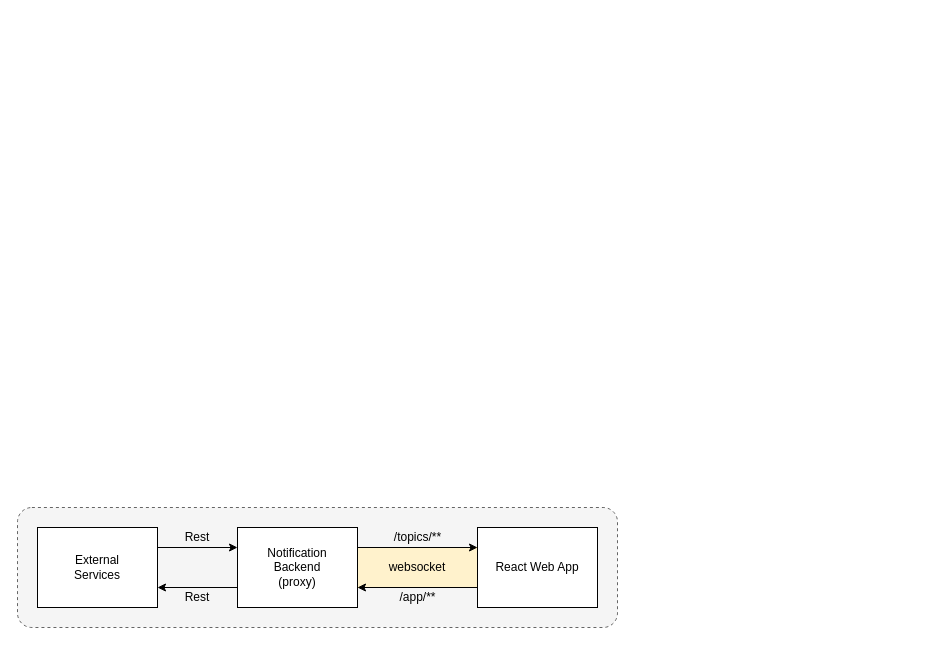
Before: doc/websockets.drawio in awarenessxz/notification-websockets, a draw.io diagram. Source tidied: cells renumbered, new cells numbered last; positions are measured from the earlier drawing's top-left corner, leaving out a move shared by most shapes. Both pictures are drawn from the tidied source at 100%, with x=0, y=0 at pixel (17, 507). Pictures stored in the file or linked from it are replaced by grey dashed boxes.
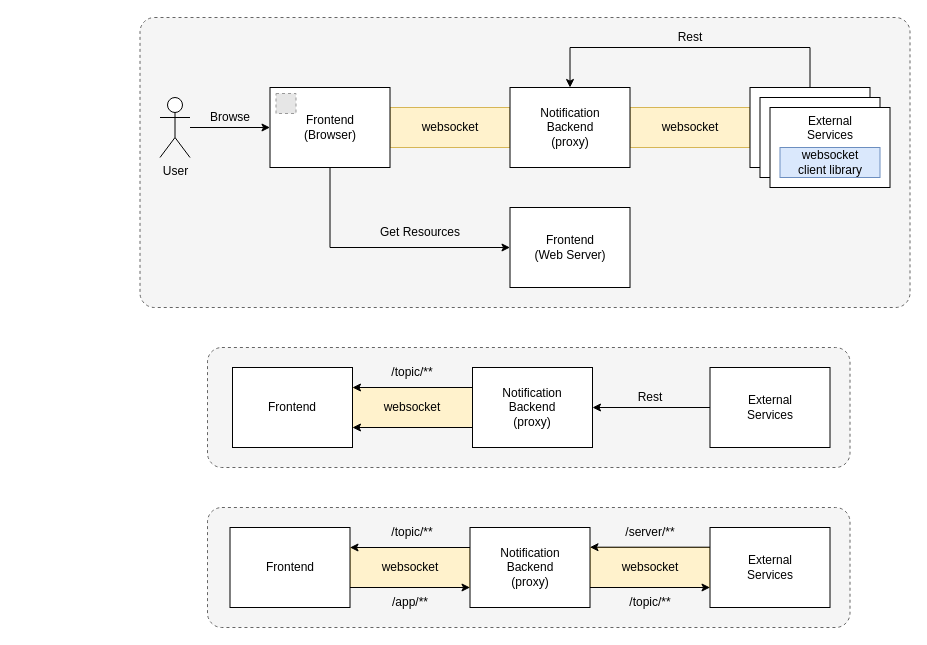
The same diagram, later.

Diff of the diagram source:
```diff
@@
-    <mxCell id="2" style="rounded=1;whiteSpace=wrap;html=1;fillColor=#f5f5f5;fontColor=#333333;strokeColor=#666666;dashed=1;arcSize=12;" parent="1" vertex="1">
-      <mxGeometry width="600" height="120" as="geometry" />
-    </mxCell>
-    <mxCell id="3" value="websocket" style="rounded=0;whiteSpace=wrap;html=1;fillColor=#fff2cc;strokeColor=#d6b656;" parent="1" vertex="1">
-      <mxGeometry x="340" y="40" width="120" height="40" as="geometry" />
-    </mxCell>
-    <mxCell id="4" value="Notification&lt;br&gt;&lt;div&gt;Backend&lt;/div&gt;&lt;div&gt;(proxy)&lt;br&gt;&lt;/div&gt;" style="rounded=0;whiteSpace=wrap;html=1;" parent="1" vertex="1">
-      <mxGeometry x="220" y="20" width="120" height="80" as="geometry" />
-    </mxCell>
-    <mxCell id="5" style="endArrow=classic;html=1;rounded=0;entryX=0;entryY=0.25;entryDx=0;entryDy=0;exitX=1;exitY=0.25;exitDx=0;exitDy=0;" parent="1" edge="1" source="14" target="4">
-      <mxGeometry relative="1" as="geometry" />
-    </mxCell>
-    <mxCell id="6" value="Rest" style="text;html=1;strokeColor=none;fillColor=none;align=center;verticalAlign=middle;whiteSpace=wrap;rounded=0;" parent="1" vertex="1">
-      <mxGeometry x="150" y="20" width="60" height="20" as="geometry" />
-    </mxCell>
-    <mxCell id="7" value="React Web App" style="rounded=0;whiteSpace=wrap;html=1;" parent="1" vertex="1">
-      <mxGeometry x="460" y="20" width="120" height="80" as="geometry" />
-    </mxCell>
-    <mxCell id="8" value="/topics/**" style="text;html=1;strokeColor=none;fillColor=none;align=center;verticalAlign=middle;whiteSpace=wrap;rounded=0;" parent="1" vertex="1">
-      <mxGeometry x="362.5" y="20" width="75" height="20" as="geometry" />
-    </mxCell>
-    <mxCell id="9" style="endArrow=classic;html=1;rounded=0;entryX=0;entryY=0.25;entryDx=0;entryDy=0;exitX=1;exitY=0.25;exitDx=0;exitDy=0;" parent="1" edge="1" source="4" target="7">
-      <mxGeometry relative="1" as="geometry" />
-    </mxCell>
-    <mxCell id="10" style="endArrow=classic;html=1;rounded=0;entryX=1;entryY=0.75;entryDx=0;entryDy=0;exitX=0;exitY=0.75;exitDx=0;exitDy=0;" parent="1" edge="1" source="7" target="4">
-      <mxGeometry relative="1" as="geometry" />
-    </mxCell>
+    <mxCell id="15" style="rounded=1;whiteSpace=wrap;html=1;fillColor=#f5f5f5;fontColor=#333333;strokeColor=#666666;dashed=1;arcSize=12;" parent="1" vertex="1">
+      <mxGeometry x="190" width="642.5" height="120" as="geometry" />
+    </mxCell>
+    <mxCell id="16" value="websocket" style="rounded=0;whiteSpace=wrap;html=1;fillColor=#fff2cc;strokeColor=#d6b656;" parent="1" vertex="1">
+      <mxGeometry x="572.5" y="40" width="120" height="40" as="geometry" />
+    </mxCell>
+    <mxCell id="17" style="rounded=1;whiteSpace=wrap;html=1;fillColor=#f5f5f5;fontColor=#333333;strokeColor=#666666;dashed=1;arcSize=12;" parent="1" vertex="1">
+      <mxGeometry x="190" y="-160" width="642.5" height="120" as="geometry" />
+    </mxCell>
+    <mxCell id="18" value="websocket" style="rounded=0;whiteSpace=wrap;html=1;fillColor=#fff2cc;strokeColor=#d6b656;" parent="1" vertex="1">
+      <mxGeometry x="335" y="-120" width="120" height="40" as="geometry" />
+    </mxCell>
+    <mxCell id="19" style="rounded=1;whiteSpace=wrap;html=1;fillColor=#f5f5f5;fontColor=#333333;strokeColor=#666666;dashed=1;arcSize=5;" parent="1" vertex="1">
+      <mxGeometry x="122.5" y="-490" width="770" height="290" as="geometry" />
+    </mxCell>
+    <mxCell id="20" value="websocket" style="rounded=0;whiteSpace=wrap;html=1;fillColor=#fff2cc;strokeColor=#d6b656;" parent="1" vertex="1">
+      <mxGeometry x="612.5" y="-400" width="120" height="40" as="geometry" />
+    </mxCell>
+    <mxCell id="21" value="websocket" style="rounded=0;whiteSpace=wrap;html=1;fillColor=#fff2cc;strokeColor=#d6b656;" parent="1" vertex="1">
+      <mxGeometry x="372.5" y="-400" width="120" height="40" as="geometry" />
+    </mxCell>
+    <mxCell id="22" value="&lt;div&gt;Frontend&lt;br&gt;&lt;/div&gt;&lt;div&gt;(Browser)&lt;br&gt;&lt;/div&gt;" style="rounded=0;whiteSpace=wrap;html=1;" parent="1" vertex="1">
+      <mxGeometry x="252.5" y="-420" width="120" height="80" as="geometry" />
+    </mxCell>
+    <mxCell id="23" value="User" style="shape=umlActor;verticalLabelPosition=bottom;verticalAlign=top;html=1;outlineConnect=0;" parent="1" vertex="1">
+      <mxGeometry x="142.5" y="-410" width="30" height="60" as="geometry" />
+    </mxCell>
+    <mxCell id="24" style="endArrow=classic;html=1;rounded=0;entryX=0;entryY=0.5;entryDx=0;entryDy=0;" parent="1" edge="1" source="23" target="22">
+      <mxGeometry relative="1" as="geometry" />
+    </mxCell>
+    <mxCell id="25" value="Browse" style="text;html=1;strokeColor=none;fillColor=none;align=center;verticalAlign=middle;whiteSpace=wrap;rounded=0;" parent="1" vertex="1">
+      <mxGeometry x="182.5" y="-400" width="60" height="20" as="geometry" />
+    </mxCell>
+    <mxCell id="26" value="Notification&lt;br&gt;&lt;div&gt;Backend&lt;/div&gt;&lt;div&gt;(proxy)&lt;br&gt;&lt;/div&gt;" style="rounded=0;whiteSpace=wrap;html=1;" parent="1" vertex="1">
+      <mxGeometry x="492.5" y="-420" width="120" height="80" as="geometry" />
+    </mxCell>
+    <mxCell id="27" value="&lt;div&gt;Frontend&lt;/div&gt;(Web Server)" style="rounded=0;whiteSpace=wrap;html=1;" parent="1" vertex="1">
+      <mxGeometry x="492.5" y="-300" width="120" height="80" as="geometry" />
+    </mxCell>
+    <mxCell id="28" style="fillColor=#E6E6E6;strokeColor=#999999;dashed=1;verticalLabelPosition=bottom;labelBackgroundColor=default;verticalAlign=top;" parent="1" vertex="1">
+      <mxGeometry x="258.5" y="-414" width="20" height="20" as="geometry" />
+    </mxCell>
+    <mxCell id="29" style="endArrow=classic;html=1;rounded=0;exitX=0.5;exitY=1;exitDx=0;exitDy=0;entryX=0;entryY=0.5;entryDx=0;entryDy=0;" parent="1" edge="1" source="22" target="27">
+      <mxGeometry relative="1" as="geometry">
+        <Array as="points">
+          <mxPoint x="312.5" y="-260" />
+        </Array>
+      </mxGeometry>
+    </mxCell>
+    <mxCell id="30" value="Get Resources" style="text;html=1;strokeColor=none;fillColor=none;align=center;verticalAlign=middle;whiteSpace=wrap;rounded=0;" parent="1" vertex="1">
+      <mxGeometry x="352.5" y="-290" width="100" height="30" as="geometry" />
+    </mxCell>
+    <mxCell id="31" style="rounded=0;whiteSpace=wrap;html=1;" parent="1" vertex="1">
+      <mxGeometry x="732.5" y="-420" width="120" height="80" as="geometry" />
+    </mxCell>
+    <mxCell id="32" style="rounded=0;whiteSpace=wrap;html=1;" parent="1" vertex="1">
+      <mxGeometry x="742.5" y="-410" width="120" height="80" as="geometry" />
+    </mxCell>
+    <mxCell id="33" value="&lt;div&gt;External&lt;/div&gt;&lt;div&gt;Services&lt;br&gt;&lt;/div&gt;" style="rounded=0;whiteSpace=wrap;html=1;verticalAlign=top;" parent="1" vertex="1">
+      <mxGeometry x="752.5" y="-400" width="120" height="80" as="geometry" />
+    </mxCell>
+    <mxCell id="34" style="endArrow=classic;html=1;rounded=0;exitX=0.5;exitY=0;exitDx=0;exitDy=0;entryX=0.5;entryY=0;entryDx=0;entryDy=0;" parent="1" edge="1" source="31" target="26">
+      <mxGeometry relative="1" as="geometry">
+        <Array as="points">
+          <mxPoint x="792.5" y="-460" />
+          <mxPoint x="552.5" y="-460" />
+        </Array>
+      </mxGeometry>
+    </mxCell>
+    <mxCell id="35" value="Rest" style="text;html=1;strokeColor=none;fillColor=none;align=center;verticalAlign=middle;whiteSpace=wrap;rounded=0;" parent="1" vertex="1">
+      <mxGeometry x="642.5" y="-480" width="60" height="20" as="geometry" />
+    </mxCell>
+    <mxCell id="36" value="Notification&lt;br&gt;&lt;div&gt;Backend&lt;/div&gt;&lt;div&gt;(proxy)&lt;br&gt;&lt;/div&gt;" style="rounded=0;whiteSpace=wrap;html=1;" parent="1" vertex="1">
+      <mxGeometry x="455" y="-140" width="120" height="80" as="geometry" />
+    </mxCell>
+    <mxCell id="37" value="&lt;div&gt;Frontend&lt;/div&gt;" style="rounded=0;whiteSpace=wrap;html=1;" parent="1" vertex="1">
+      <mxGeometry x="215" y="-140" width="120" height="80" as="geometry" />
+    </mxCell>
+    <mxCell id="38" value="&lt;div&gt;External&lt;/div&gt;&lt;div&gt;Services&lt;br&gt;&lt;/div&gt;" style="rounded=0;whiteSpace=wrap;html=1;" parent="1" vertex="1">
+      <mxGeometry x="692.5" y="-140" width="120" height="80" as="geometry" />
+    </mxCell>
+    <mxCell id="39" style="endArrow=classic;html=1;rounded=0;exitX=0;exitY=0.5;exitDx=0;exitDy=0;entryX=1;entryY=0.5;entryDx=0;entryDy=0;" parent="1" edge="1" source="38" target="36">
+      <mxGeometry relative="1" as="geometry" />
+    </mxCell>
+    <mxCell id="40" value="Rest" style="text;html=1;strokeColor=none;fillColor=none;align=center;verticalAlign=middle;whiteSpace=wrap;rounded=0;" parent="1" vertex="1">
+      <mxGeometry x="602.5" y="-120" width="60" height="20" as="geometry" />
+    </mxCell>
+    <mxCell id="41" style="endArrow=classic;html=1;rounded=0;exitX=1;exitY=0;exitDx=0;exitDy=0;entryX=0;entryY=0;entryDx=0;entryDy=0;" parent="1" edge="1" source="18" target="18">
+      <mxGeometry relative="1" as="geometry" />
+    </mxCell>
+    <mxCell id="42" style="endArrow=classic;html=1;rounded=0;entryX=0;entryY=0;entryDx=0;entryDy=0;" parent="1" edge="1">
+      <mxGeometry relative="1" as="geometry">
+        <mxPoint x="455" y="-80" as="sourcePoint" />
+        <mxPoint x="335" y="-80" as="targetPoint" />
+      </mxGeometry>
+    </mxCell>
+    <mxCell id="43" value="/topic/**" style="text;html=1;strokeColor=none;fillColor=none;align=center;verticalAlign=middle;whiteSpace=wrap;rounded=0;" parent="1" vertex="1">
+      <mxGeometry x="365" y="-150" width="60" height="30" as="geometry" />
+    </mxCell>
+    <mxCell id="44" value="websocket" style="rounded=0;whiteSpace=wrap;html=1;fillColor=#fff2cc;strokeColor=#d6b656;" parent="1" vertex="1">
+      <mxGeometry x="332.5" y="40" width="120" height="40" as="geometry" />
+    </mxCell>
+    <mxCell id="45" value="Notification&lt;br&gt;&lt;div&gt;Backend&lt;/div&gt;&lt;div&gt;(proxy)&lt;br&gt;&lt;/div&gt;" style="rounded=0;whiteSpace=wrap;html=1;" parent="1" vertex="1">
+      <mxGeometry x="452.5" y="20" width="120" height="80" as="geometry" />
+    </mxCell>
+    <mxCell id="46" value="&lt;div&gt;Frontend&lt;/div&gt;" style="rounded=0;whiteSpace=wrap;html=1;" parent="1" vertex="1">
+      <mxGeometry x="212.5" y="20" width="120" height="80" as="geometry" />
+    </mxCell>
+    <mxCell id="47" value="&lt;div&gt;External&lt;/div&gt;&lt;div&gt;Services&lt;br&gt;&lt;/div&gt;" style="rounded=0;whiteSpace=wrap;html=1;" parent="1" vertex="1">
+      <mxGeometry x="692.5" y="20" width="120" height="80" as="geometry" />
+    </mxCell>
+    <mxCell id="48" style="endArrow=classic;html=1;rounded=0;exitX=1;exitY=0;exitDx=0;exitDy=0;entryX=0;entryY=0;entryDx=0;entryDy=0;" parent="1" edge="1" source="44" target="44">
+      <mxGeometry relative="1" as="geometry" />
+    </mxCell>
+    <mxCell id="49" style="endArrow=classic;html=1;rounded=0;entryX=0;entryY=0;entryDx=0;entryDy=0;" parent="1" edge="1">
+      <mxGeometry relative="1" as="geometry">
+        <mxPoint x="692.5" y="39.7" as="sourcePoint" />
+        <mxPoint x="572.5" y="39.7" as="targetPoint" />
+      </mxGeometry>
+    </mxCell>
+    <mxCell id="50" value="/topic/**" style="text;html=1;strokeColor=none;fillColor=none;align=center;verticalAlign=middle;whiteSpace=wrap;rounded=0;" parent="1" vertex="1">
+      <mxGeometry x="365" y="10" width="60" height="30" as="geometry" />
+    </mxCell>
+    <mxCell id="51" style="endArrow=classic;html=1;rounded=0;entryX=0;entryY=0.25;entryDx=0;entryDy=0;exitX=1;exitY=0.25;exitDx=0;exitDy=0;" parent="1" edge="1">
+      <mxGeometry relative="1" as="geometry">
+        <mxPoint x="332.5" y="80" as="sourcePoint" />
+        <mxPoint x="452.5" y="80" as="targetPoint" />
+      </mxGeometry>
+    </mxCell>
+    <mxCell id="52" style="endArrow=classic;html=1;rounded=0;entryX=0;entryY=0.25;entryDx=0;entryDy=0;exitX=1;exitY=0.25;exitDx=0;exitDy=0;" parent="1" edge="1">
+      <mxGeometry relative="1" as="geometry">
+        <mxPoint x="572.5" y="80" as="sourcePoint" />
+        <mxPoint x="692.5" y="80" as="targetPoint" />
+      </mxGeometry>
+    </mxCell>
     <mxCell id="11" value="/app/**" style="text;html=1;strokeColor=none;fillColor=none;align=center;verticalAlign=middle;whiteSpace=wrap;rounded=0;" parent="1" vertex="1">
-      <mxGeometry x="362.5" y="80" width="75" height="20" as="geometry" />
+      <mxGeometry x="362.5" y="80" width="60" height="30" as="geometry" />
     </mxCell>
-    <mxCell id="12" style="endArrow=classic;html=1;rounded=0;exitX=0;exitY=0.75;exitDx=0;exitDy=0;entryX=1;entryY=0.75;entryDx=0;entryDy=0;" parent="1" edge="1" source="4" target="14">
-      <mxGeometry relative="1" as="geometry" />
-    </mxCell>
-    <mxCell id="13" value="Rest" style="text;html=1;strokeColor=none;fillColor=none;align=center;verticalAlign=middle;whiteSpace=wrap;rounded=0;" parent="1" vertex="1">
-      <mxGeometry x="150" y="80" width="60" height="20" as="geometry" />
-    </mxCell>
-    <mxCell id="14" value="&lt;div&gt;External&lt;/div&gt;&lt;div&gt;Services&lt;br&gt;&lt;/div&gt;" style="rounded=0;whiteSpace=wrap;html=1;" parent="1" vertex="1">
-      <mxGeometry x="20" y="20" width="120" height="80" as="geometry" />
-    </mxCell>
+    <mxCell id="53" value="/server/**" style="text;html=1;strokeColor=none;fillColor=none;align=center;verticalAlign=middle;whiteSpace=wrap;rounded=0;" parent="1" vertex="1">
+      <mxGeometry x="602.5" y="10" width="60" height="30" as="geometry" />
+    </mxCell>
+    <mxCell id="54" value="/topic/**" style="text;html=1;strokeColor=none;fillColor=none;align=center;verticalAlign=middle;whiteSpace=wrap;rounded=0;" parent="1" vertex="1">
+      <mxGeometry x="602.5" y="80" width="60" height="30" as="geometry" />
+    </mxCell>
+    <mxCell id="55" value="&lt;div&gt;websocket&lt;/div&gt;&lt;div&gt;client library&lt;br&gt;&lt;/div&gt;" style="rounded=0;whiteSpace=wrap;html=1;fillColor=#dae8fc;strokeColor=#6c8ebf;" parent="1" vertex="1">
+      <mxGeometry x="762.5" y="-360" width="100" height="30" as="geometry" />
+    </mxCell>
```
